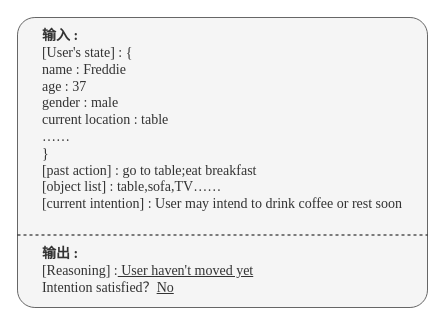
Rinco1018/project_test keeps this draw.io diagram as 状态评估阶段的prompt.drawio. Above is the earlier version. Source tidied: cells renumbered, new cells numbered last; positions are measured from the earlier drawing's top-left corner, leaving out a move shared by most shapes. Both pictures are drawn from the tidied source at 100%, with x=0, y=0 at pixel (17, 17).
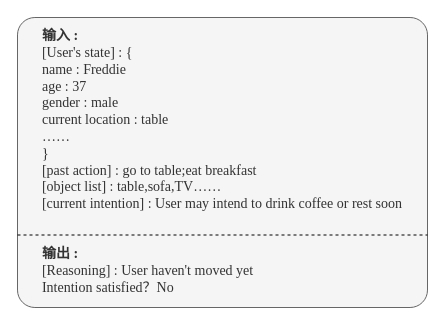
The same diagram, later.

Commit message:
更新状态评估阶段的prompt.drawio

Diff of the diagram source:
```diff
@@
 <mxGraphModel>
   <root>
     <mxCell id="0" />
     <mxCell id="1" parent="0" />
-    <mxCell id="2" value="&lt;div style=&quot;&quot;&gt;&lt;div style=&quot;text-align: left;&quot;&gt;&lt;b style=&quot;background-color: transparent; color: light-dark(rgb(51, 51, 51), rgb(193, 193, 193));&quot;&gt;&lt;font style=&quot;font-size: 14px;&quot; face=&quot;Times New Roman&quot;&gt;输入 :&lt;/font&gt;&lt;/b&gt;&lt;/div&gt;&lt;div style=&quot;text-align: left;&quot;&gt;&lt;font style=&quot;font-size: 14px;&quot; face=&quot;Times New Roman&quot;&gt;[User's state] : {&lt;/font&gt;&lt;/div&gt;&lt;div style=&quot;&quot;&gt;&lt;div style=&quot;text-align: left;&quot;&gt;&lt;font style=&quot;font-size: 14px;&quot; face=&quot;Times New Roman&quot;&gt;name : Freddie&lt;/font&gt;&lt;/div&gt;&lt;div style=&quot;text-align: left;&quot;&gt;&lt;font style=&quot;font-size: 14px;&quot; face=&quot;Times New Roman&quot;&gt;age : 37&lt;/font&gt;&lt;/div&gt;&lt;div style=&quot;text-align: left;&quot;&gt;&lt;font style=&quot;font-size: 14px;&quot; face=&quot;Times New Roman&quot;&gt;gender : male&lt;/font&gt;&lt;/div&gt;&lt;div style=&quot;text-align: left;&quot;&gt;&lt;span style=&quot;font-family: &amp;quot;Times New Roman&amp;quot;; font-size: 14px;&quot;&gt;current location : table&lt;/span&gt;&lt;font style=&quot;font-size: 14px;&quot; face=&quot;Times New Roman&quot;&gt;&lt;/font&gt;&lt;/div&gt;&lt;div style=&quot;text-align: left;&quot;&gt;&lt;span style=&quot;font-family: &amp;quot;Times New Roman&amp;quot;; font-size: 14px;&quot;&gt;……&lt;/span&gt;&lt;span style=&quot;font-family: &amp;quot;Times New Roman&amp;quot;; font-size: 14px;&quot;&gt;&lt;/span&gt;&lt;/div&gt;&lt;div style=&quot;text-align: left;&quot;&gt;&lt;span style=&quot;font-family: &amp;quot;Times New Roman&amp;quot;; font-size: 14px;&quot;&gt;}&lt;/span&gt;&lt;/div&gt;&lt;div style=&quot;text-align: left;&quot;&gt;&lt;font face=&quot;Times New Roman&quot;&gt;&lt;span style=&quot;font-size: 14px;&quot;&gt;[past action] : go to table;eat breakfast&amp;nbsp;&lt;/span&gt;&lt;/font&gt;&lt;/div&gt;&lt;div style=&quot;text-align: left;&quot;&gt;&lt;font style=&quot;font-size: 14px;&quot; face=&quot;Times New Roman&quot;&gt;[object list] : table,sofa,TV&lt;span style=&quot;background-color: transparent; color: light-dark(rgb(51, 51, 51), rgb(193, 193, 193));&quot;&gt;……&lt;/span&gt;&lt;/font&gt;&lt;/div&gt;&lt;/div&gt;&lt;div style=&quot;text-align: left;&quot;&gt;&lt;font face=&quot;Times New Roman&quot;&gt;&lt;span style=&quot;font-size: 14px;&quot;&gt;[current intention] :&amp;nbsp;&lt;/span&gt;&lt;/font&gt;&lt;span style=&quot;font-family: &amp;quot;Times New Roman&amp;quot;; font-size: 14px; background-color: transparent; color: light-dark(rgb(51, 51, 51), rgb(193, 193, 193));&quot;&gt;User may intend to drink coffee or rest soon&lt;/span&gt;&lt;/div&gt;&lt;div style=&quot;text-align: left;&quot;&gt;&lt;b style=&quot;background-color: transparent; color: light-dark(rgb(51, 51, 51), rgb(193, 193, 193));&quot;&gt;&lt;font style=&quot;font-size: 14px;&quot; face=&quot;Times New Roman&quot;&gt;&lt;br&gt;&lt;/font&gt;&lt;/b&gt;&lt;/div&gt;&lt;div style=&quot;text-align: left;&quot;&gt;&lt;b style=&quot;background-color: transparent; color: light-dark(rgb(51, 51, 51), rgb(193, 193, 193));&quot;&gt;&lt;font style=&quot;font-size: 14px;&quot; face=&quot;Times New Roman&quot;&gt;&lt;br&gt;&lt;/font&gt;&lt;/b&gt;&lt;/div&gt;&lt;div style=&quot;text-align: left;&quot;&gt;&lt;b style=&quot;background-color: transparent; color: light-dark(rgb(51, 51, 51), rgb(193, 193, 193));&quot;&gt;&lt;font style=&quot;font-size: 14px;&quot; face=&quot;Times New Roman&quot;&gt;输出 :&lt;/font&gt;&lt;/b&gt;&lt;/div&gt;&lt;div style=&quot;text-align: left;&quot;&gt;&lt;font face=&quot;Times New Roman&quot;&gt;&lt;span style=&quot;font-size: 14px;&quot;&gt;[Reasoning] :&lt;u&gt; User haven't moved yet&lt;/u&gt;&lt;/span&gt;&lt;/font&gt;&lt;/div&gt;&lt;div style=&quot;text-align: left;&quot;&gt;&lt;font face=&quot;Times New Roman&quot;&gt;&lt;span style=&quot;font-size: 14px;&quot;&gt;Intention satisfied？&lt;u&gt;No&lt;/u&gt;&lt;/span&gt;&lt;/font&gt;&lt;/div&gt;&lt;/div&gt;" style="rounded=1;arcSize=6;whiteSpace=wrap;html=1;fillColor=#f5f5f5;fontColor=#333333;strokeColor=#666666;" parent="1" vertex="1">
+    <mxCell id="2" value="&lt;div style=&quot;&quot;&gt;&lt;div style=&quot;text-align: left;&quot;&gt;&lt;b style=&quot;background-color: transparent; color: light-dark(rgb(51, 51, 51), rgb(193, 193, 193));&quot;&gt;&lt;font style=&quot;font-size: 14px;&quot; face=&quot;Times New Roman&quot;&gt;输入 :&lt;/font&gt;&lt;/b&gt;&lt;/div&gt;&lt;div style=&quot;text-align: left;&quot;&gt;&lt;font style=&quot;font-size: 14px;&quot; face=&quot;Times New Roman&quot;&gt;[User's state] : {&lt;/font&gt;&lt;/div&gt;&lt;div style=&quot;&quot;&gt;&lt;div style=&quot;text-align: left;&quot;&gt;&lt;font style=&quot;font-size: 14px;&quot; face=&quot;Times New Roman&quot;&gt;name : Freddie&lt;/font&gt;&lt;/div&gt;&lt;div style=&quot;text-align: left;&quot;&gt;&lt;font style=&quot;font-size: 14px;&quot; face=&quot;Times New Roman&quot;&gt;age : 37&lt;/font&gt;&lt;/div&gt;&lt;div style=&quot;text-align: left;&quot;&gt;&lt;font style=&quot;font-size: 14px;&quot; face=&quot;Times New Roman&quot;&gt;gender : male&lt;/font&gt;&lt;/div&gt;&lt;div style=&quot;text-align: left;&quot;&gt;&lt;span style=&quot;font-family: &amp;quot;Times New Roman&amp;quot;; font-size: 14px;&quot;&gt;current location : table&lt;/span&gt;&lt;font style=&quot;font-size: 14px;&quot; face=&quot;Times New Roman&quot;&gt;&lt;/font&gt;&lt;/div&gt;&lt;div style=&quot;text-align: left;&quot;&gt;&lt;span style=&quot;font-family: &amp;quot;Times New Roman&amp;quot;; font-size: 14px;&quot;&gt;……&lt;/span&gt;&lt;span style=&quot;font-family: &amp;quot;Times New Roman&amp;quot;; font-size: 14px;&quot;&gt;&lt;/span&gt;&lt;/div&gt;&lt;div style=&quot;text-align: left;&quot;&gt;&lt;span style=&quot;font-family: &amp;quot;Times New Roman&amp;quot;; font-size: 14px;&quot;&gt;}&lt;/span&gt;&lt;/div&gt;&lt;div style=&quot;text-align: left;&quot;&gt;&lt;font face=&quot;Times New Roman&quot;&gt;&lt;span style=&quot;font-size: 14px;&quot;&gt;[past action] : go to table;eat breakfast&amp;nbsp;&lt;/span&gt;&lt;/font&gt;&lt;/div&gt;&lt;div style=&quot;text-align: left;&quot;&gt;&lt;font style=&quot;font-size: 14px;&quot; face=&quot;Times New Roman&quot;&gt;[object list] : table,sofa,TV&lt;span style=&quot;background-color: transparent; color: light-dark(rgb(51, 51, 51), rgb(193, 193, 193));&quot;&gt;……&lt;/span&gt;&lt;/font&gt;&lt;/div&gt;&lt;/div&gt;&lt;div style=&quot;text-align: left;&quot;&gt;&lt;font face=&quot;Times New Roman&quot;&gt;&lt;span style=&quot;font-size: 14px;&quot;&gt;[current intention] :&amp;nbsp;&lt;/span&gt;&lt;/font&gt;&lt;span style=&quot;font-family: &amp;quot;Times New Roman&amp;quot;; font-size: 14px; background-color: transparent; color: light-dark(rgb(51, 51, 51), rgb(193, 193, 193));&quot;&gt;User may intend to drink coffee or rest soon&lt;/span&gt;&lt;/div&gt;&lt;div style=&quot;text-align: left;&quot;&gt;&lt;b style=&quot;background-color: transparent; color: light-dark(rgb(51, 51, 51), rgb(193, 193, 193));&quot;&gt;&lt;font style=&quot;font-size: 14px;&quot; face=&quot;Times New Roman&quot;&gt;&lt;br&gt;&lt;/font&gt;&lt;/b&gt;&lt;/div&gt;&lt;div style=&quot;text-align: left;&quot;&gt;&lt;b style=&quot;background-color: transparent; color: light-dark(rgb(51, 51, 51), rgb(193, 193, 193));&quot;&gt;&lt;font style=&quot;font-size: 14px;&quot; face=&quot;Times New Roman&quot;&gt;&lt;br&gt;&lt;/font&gt;&lt;/b&gt;&lt;/div&gt;&lt;div style=&quot;text-align: left;&quot;&gt;&lt;b style=&quot;background-color: transparent; color: light-dark(rgb(51, 51, 51), rgb(193, 193, 193));&quot;&gt;&lt;font style=&quot;font-size: 14px;&quot; face=&quot;Times New Roman&quot;&gt;输出 :&lt;/font&gt;&lt;/b&gt;&lt;/div&gt;&lt;div style=&quot;text-align: left;&quot;&gt;&lt;font face=&quot;Times New Roman&quot;&gt;&lt;span style=&quot;font-size: 14px;&quot;&gt;[Reasoning] : User haven't moved yet&lt;/span&gt;&lt;/font&gt;&lt;/div&gt;&lt;div style=&quot;text-align: left;&quot;&gt;&lt;font face=&quot;Times New Roman&quot;&gt;&lt;span style=&quot;font-size: 14px;&quot;&gt;Intention satisfied？No&lt;/span&gt;&lt;/font&gt;&lt;/div&gt;&lt;/div&gt;" style="rounded=1;arcSize=6;whiteSpace=wrap;html=1;fillColor=#f5f5f5;fontColor=#333333;strokeColor=#666666;" parent="1" vertex="1">
       <mxGeometry width="410" height="290" as="geometry" />
     </mxCell>
     <mxCell id="3" style="endArrow=none;dashed=1;html=1;rounded=0;exitX=0;exitY=0.75;exitDx=0;exitDy=0;entryX=1;entryY=0.75;entryDx=0;entryDy=0;" parent="1" edge="1" source="2" target="2">
       <mxGeometry relative="1" as="geometry" />
     </mxCell>
   </root>
 </mxGraphModel>
```
